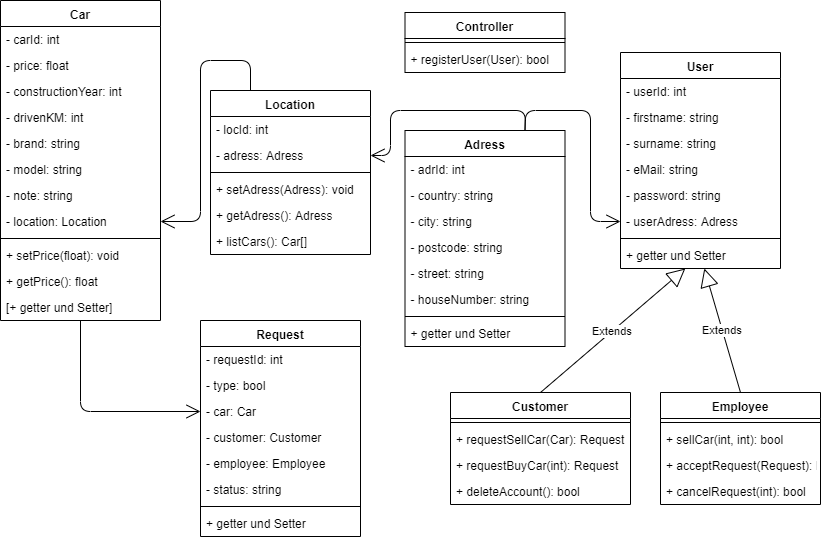
This is readmeFiles/Klassendiagramm.png from fh-erfurt/1234Altwagen, a draw.io export, as it was before one commit. Source tidied: cells renumbered, new cells last; positions are measured from the earlier drawing's top-left corner, leaving out a move shared by most shapes.
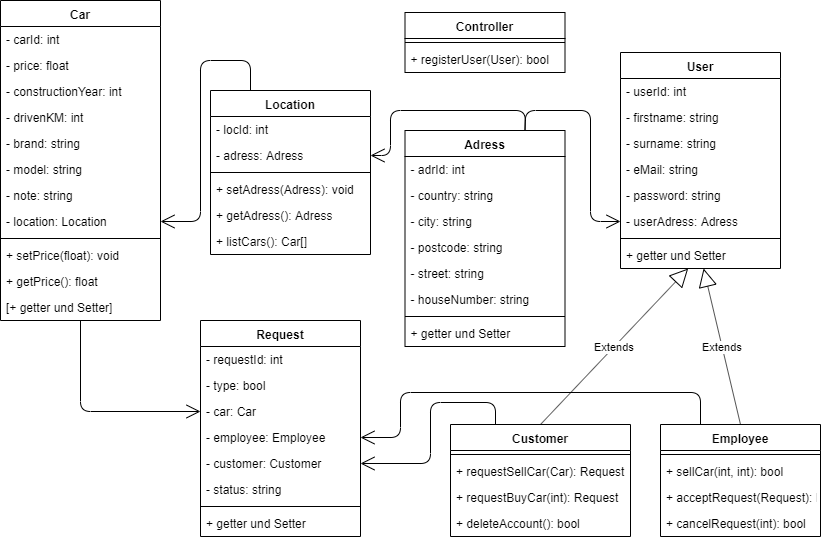
After the change.

Change to the diagram source:
```diff
@@ -69,7 +69,7 @@
       <mxGeometry y="190" width="160" height="26" as="geometry" />
     </mxCell>
     <mxCell id="24" value="Customer" style="swimlane;fontStyle=1;align=center;verticalAlign=top;horizontal=1;startSize=26;" parent="1" vertex="1">
-      <mxGeometry x="450" y="392" width="180" height="112" as="geometry" />
+      <mxGeometry x="450" y="424" width="180" height="112" as="geometry" />
     </mxCell>
     <mxCell id="25" style="line;strokeWidth=1;fillColor=none;align=left;verticalAlign=middle;spacingTop=-1;spacingLeft=3;spacingRight=3;labelPosition=right;" parent="24" vertex="1">
       <mxGeometry y="26" width="180" height="8" as="geometry" />
@@ -84,7 +84,7 @@
       <mxGeometry y="86" width="180" height="26" as="geometry" />
     </mxCell>
     <mxCell id="29" value="Employee" style="swimlane;fontStyle=1;align=center;verticalAlign=top;horizontal=1;startSize=26;" parent="1" vertex="1">
-      <mxGeometry x="660" y="392" width="160" height="112" as="geometry" />
+      <mxGeometry x="660" y="424" width="160" height="112" as="geometry" />
     </mxCell>
     <mxCell id="30" style="line;strokeWidth=1;fillColor=none;align=left;verticalAlign=middle;spacingTop=-1;spacingLeft=3;spacingRight=3;labelPosition=right;" parent="29" vertex="1">
       <mxGeometry y="26" width="160" height="8" as="geometry" />
@@ -152,12 +152,12 @@
     <mxCell id="51" value="- car: Car" style="text;strokeColor=none;fillColor=none;align=left;verticalAlign=top;spacingLeft=4;spacingRight=4;overflow=hidden;points=[[0,0.5],[1,0.5]];portConstraint=eastwest;" parent="48" vertex="1">
       <mxGeometry y="78" width="160" height="26" as="geometry" />
     </mxCell>
+    <mxCell id="53" value="- employee: Employee" style="text;strokeColor=none;fillColor=none;align=left;verticalAlign=top;spacingLeft=4;spacingRight=4;overflow=hidden;points=[[0,0.5],[1,0.5]];portConstraint=eastwest;" parent="48" vertex="1">
+      <mxGeometry y="104" width="160" height="26" as="geometry" />
+    </mxCell>
     <mxCell id="52" value="- customer: Customer" style="text;strokeColor=none;fillColor=none;align=left;verticalAlign=top;spacingLeft=4;spacingRight=4;overflow=hidden;points=[[0,0.5],[1,0.5]];portConstraint=eastwest;" parent="48" vertex="1">
-      <mxGeometry y="104" width="160" height="26" as="geometry" />
+      <mxGeometry y="130" width="160" height="26" as="geometry" />
     </mxCell>
-    <mxCell id="53" value="- employee: Employee" style="text;strokeColor=none;fillColor=none;align=left;verticalAlign=top;spacingLeft=4;spacingRight=4;overflow=hidden;points=[[0,0.5],[1,0.5]];portConstraint=eastwest;" parent="48" vertex="1">
-      <mxGeometry y="130" width="160" height="26" as="geometry" />
-    </mxCell>
     <mxCell id="54" value="- status: string" style="text;strokeColor=none;fillColor=none;align=left;verticalAlign=top;spacingLeft=4;spacingRight=4;overflow=hidden;" parent="48" vertex="1">
       <mxGeometry y="156" width="160" height="26" as="geometry" />
     </mxCell>
@@ -222,5 +222,23 @@
         </Array>
       </mxGeometry>
     </mxCell>
+    <mxCell id="68" style="endArrow=open;endFill=1;endSize=12;html=1;entryX=1;entryY=0.5;entryDx=0;entryDy=0;exitX=0.25;exitY=0;exitDx=0;exitDy=0;" parent="1" edge="1" source="24" target="52">
+      <mxGeometry relative="1" as="geometry">
+        <Array as="points">
+          <mxPoint x="495" y="402" />
+          <mxPoint x="430" y="402" />
+          <mxPoint x="430" y="463" />
+        </Array>
+      </mxGeometry>
+    </mxCell>
+    <mxCell id="69" style="endArrow=open;endFill=1;endSize=12;html=1;entryX=1;entryY=0.5;entryDx=0;entryDy=0;exitX=0.25;exitY=0;exitDx=0;exitDy=0;" parent="1" edge="1" source="29" target="53">
+      <mxGeometry relative="1" as="geometry">
+        <Array as="points">
+          <mxPoint x="700" y="392" />
+          <mxPoint x="400" y="392" />
+          <mxPoint x="400" y="437" />
+        </Array>
+      </mxGeometry>
+    </mxCell>
   </root>
 </mxGraphModel>
```
